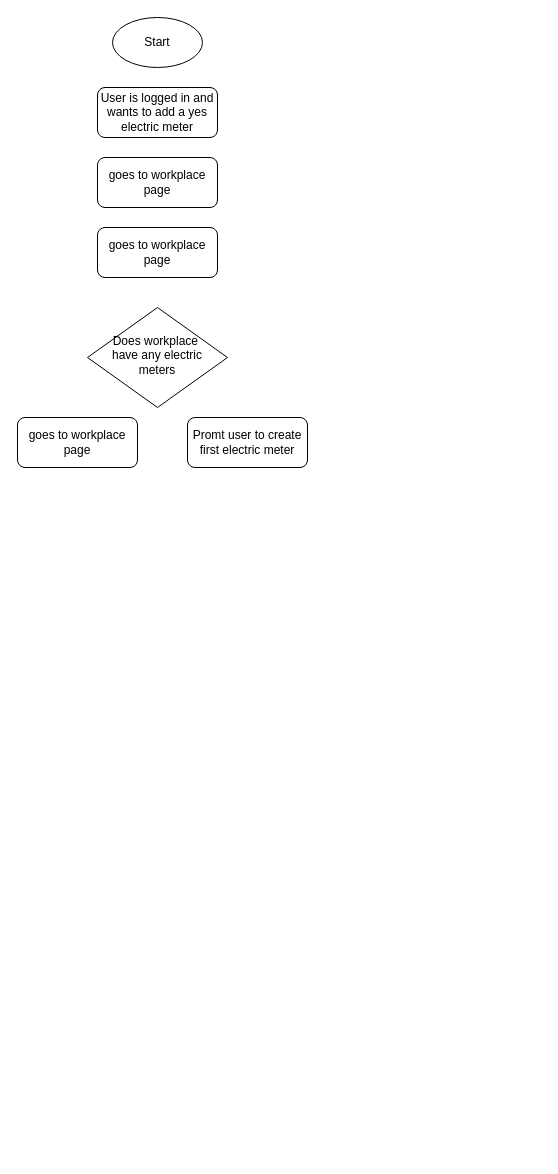
Above: documentation/Add_new_electric_meter.drawio in 100volts/100volts-desktop (draw.io), before the change. Source tidied: cells renumbered, new cells numbered last; positions are measured from the earlier drawing's top-left corner, leaving out a move shared by most shapes. Both pictures are drawn from the tidied source at 100%, with x=0, y=0 at pixel (17, 17).
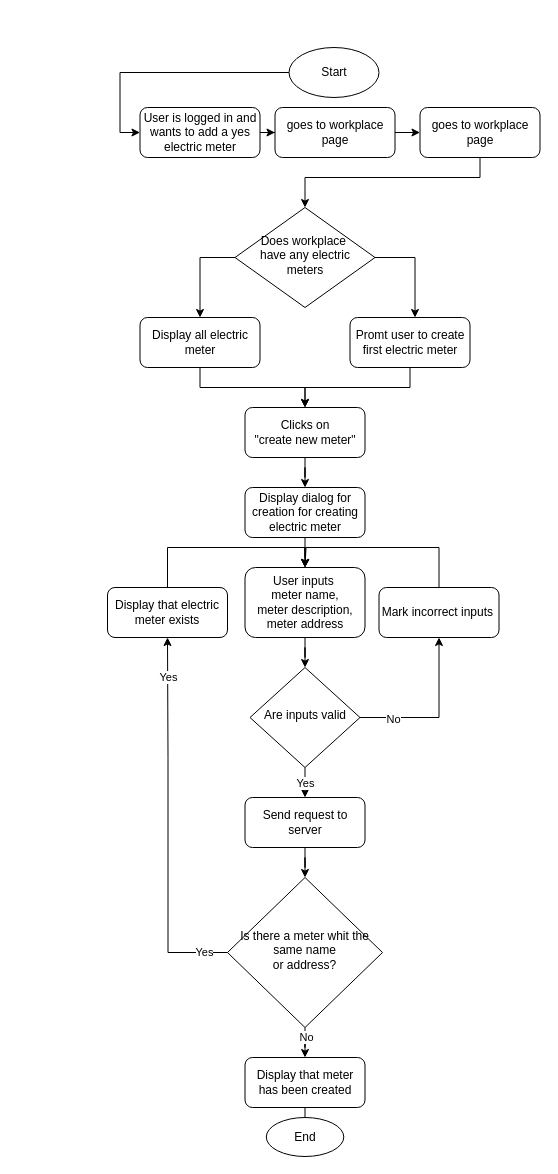
The same diagram, later.

Change to the diagram source:
```diff
@@
+    <mxCell id="9" style="edgeStyle=orthogonalEdgeStyle;rounded=0;jettySize=auto;html=1;entryX=0;entryY=0.5;entryDx=0;entryDy=0;" parent="1" edge="1" source="2" target="5">
+      <mxGeometry relative="1" as="geometry" />
+    </mxCell>
     <mxCell id="2" value="User is logged in and wants to add a yes electric meter" style="rounded=1;whiteSpace=wrap;html=1;fontSize=12;glass=0;strokeWidth=1;shadow=0;" parent="1" vertex="1">
-      <mxGeometry x="80" y="70" width="120" height="50" as="geometry" />
+      <mxGeometry x="122.5" y="90" width="120" height="50" as="geometry" />
     </mxCell>
+    <mxCell id="10" style="edgeStyle=orthogonalEdgeStyle;rounded=0;jettySize=auto;html=1;entryX=0.5;entryY=0;entryDx=0;entryDy=0;" parent="1" edge="1" source="3" target="8">
+      <mxGeometry relative="1" as="geometry">
+        <Array as="points">
+          <mxPoint x="182.5" y="240" />
+        </Array>
+      </mxGeometry>
+    </mxCell>
+    <mxCell id="11" style="edgeStyle=orthogonalEdgeStyle;rounded=0;jettySize=auto;html=1;" parent="1" edge="1" source="3" target="7">
+      <mxGeometry relative="1" as="geometry">
+        <Array as="points">
+          <mxPoint x="397.5" y="240" />
+        </Array>
+      </mxGeometry>
+    </mxCell>
     <mxCell id="3" value="Does workplace&amp;nbsp;&lt;div&gt;have any electric meters&lt;/div&gt;" style="rhombus;whiteSpace=wrap;html=1;shadow=0;fontFamily=Helvetica;fontSize=12;align=center;strokeWidth=1;spacing=6;spacingTop=-4;" parent="1" vertex="1">
-      <mxGeometry x="70" y="290" width="140" height="100" as="geometry" />
+      <mxGeometry x="217.5" y="190" width="140" height="100" as="geometry" />
     </mxCell>
+    <mxCell id="12" style="edgeStyle=orthogonalEdgeStyle;rounded=0;jettySize=auto;html=1;entryX=0;entryY=0.5;entryDx=0;entryDy=0;" parent="1" edge="1" source="4" target="2">
+      <mxGeometry relative="1" as="geometry" />
+    </mxCell>
     <mxCell id="4" value="Start" style="ellipse;whiteSpace=wrap;html=1;" parent="1" vertex="1">
-      <mxGeometry x="95" width="90" height="50" as="geometry" />
+      <mxGeometry x="271.5" y="30" width="90" height="50" as="geometry" />
     </mxCell>
+    <mxCell id="13" style="edgeStyle=orthogonalEdgeStyle;rounded=0;jettySize=auto;html=1;entryX=0;entryY=0.5;entryDx=0;entryDy=0;" parent="1" edge="1" source="5" target="6">
+      <mxGeometry relative="1" as="geometry" />
+    </mxCell>
     <mxCell id="5" value="goes to workplace page" style="rounded=1;whiteSpace=wrap;html=1;fontSize=12;glass=0;strokeWidth=1;shadow=0;" parent="1" vertex="1">
-      <mxGeometry x="80" y="140" width="120" height="50" as="geometry" />
+      <mxGeometry x="257.5" y="90" width="120" height="50" as="geometry" />
     </mxCell>
+    <mxCell id="14" style="edgeStyle=orthogonalEdgeStyle;rounded=0;jettySize=auto;html=1;entryX=0.5;entryY=0;entryDx=0;entryDy=0;" parent="1" edge="1" source="6" target="3">
+      <mxGeometry relative="1" as="geometry">
+        <Array as="points">
+          <mxPoint x="462.5" y="160" />
+          <mxPoint x="287.5" y="160" />
+        </Array>
+      </mxGeometry>
+    </mxCell>
     <mxCell id="6" value="goes to workplace page" style="rounded=1;whiteSpace=wrap;html=1;fontSize=12;glass=0;strokeWidth=1;shadow=0;" parent="1" vertex="1">
-      <mxGeometry x="80" y="210" width="120" height="50" as="geometry" />
+      <mxGeometry x="402.5" y="90" width="120" height="50" as="geometry" />
     </mxCell>
+    <mxCell id="15" style="edgeStyle=orthogonalEdgeStyle;rounded=0;jettySize=auto;html=1;" parent="1" edge="1" source="7" target="18">
+      <mxGeometry relative="1" as="geometry" />
+    </mxCell>
     <mxCell id="7" value="Promt user to create first electric meter" style="rounded=1;whiteSpace=wrap;html=1;fontSize=12;glass=0;strokeWidth=1;shadow=0;" parent="1" vertex="1">
-      <mxGeometry x="170" y="400" width="120" height="50" as="geometry" />
+      <mxGeometry x="332.5" y="300" width="120" height="50" as="geometry" />
     </mxCell>
+    <mxCell id="16" style="edgeStyle=orthogonalEdgeStyle;rounded=0;jettySize=auto;html=1;" parent="1" edge="1" source="8" target="18">
+      <mxGeometry relative="1" as="geometry" />
+    </mxCell>
-    <mxCell id="8" value="goes to workplace page" style="rounded=1;whiteSpace=wrap;html=1;fontSize=12;glass=0;strokeWidth=1;shadow=0;" parent="1" vertex="1">
-      <mxGeometry y="400" width="120" height="50" as="geometry" />
+    <mxCell id="8" value="Display all electric meter" style="rounded=1;whiteSpace=wrap;html=1;fontSize=12;glass=0;strokeWidth=1;shadow=0;" parent="1" vertex="1">
+      <mxGeometry x="122.5" y="300" width="120" height="50" as="geometry" />
     </mxCell>
+    <mxCell id="17" style="edgeStyle=orthogonalEdgeStyle;rounded=0;jettySize=auto;html=1;" parent="1" edge="1" source="18" target="20">
+      <mxGeometry relative="1" as="geometry" />
+    </mxCell>
+    <mxCell id="18" value="Clicks on&lt;div&gt;&quot;create new meter&quot;&lt;/div&gt;" style="rounded=1;whiteSpace=wrap;html=1;fontSize=12;glass=0;strokeWidth=1;shadow=0;" parent="1" vertex="1">
+      <mxGeometry x="227.5" y="390" width="120" height="50" as="geometry" />
+    </mxCell>
+    <mxCell id="19" style="edgeStyle=orthogonalEdgeStyle;rounded=0;jettySize=auto;html=1;" parent="1" edge="1" source="20" target="22">
+      <mxGeometry relative="1" as="geometry" />
+    </mxCell>
+    <mxCell id="20" value="Display dialog for creation for creating electric meter" style="rounded=1;whiteSpace=wrap;html=1;fontSize=12;glass=0;strokeWidth=1;shadow=0;" parent="1" vertex="1">
+      <mxGeometry x="227.5" y="470" width="120" height="50" as="geometry" />
+    </mxCell>
+    <mxCell id="21" style="edgeStyle=orthogonalEdgeStyle;rounded=0;jettySize=auto;html=1;" parent="1" edge="1" source="22" target="27">
+      <mxGeometry relative="1" as="geometry" />
+    </mxCell>
+    <mxCell id="22" value="User inputs&amp;nbsp;&lt;div&gt;meter name,&lt;/div&gt;&lt;div&gt;meter description,&lt;/div&gt;&lt;div&gt;meter address&lt;/div&gt;" style="rounded=1;whiteSpace=wrap;html=1;fontSize=12;glass=0;strokeWidth=1;shadow=0;" parent="1" vertex="1">
+      <mxGeometry x="227.5" y="550" width="120" height="70" as="geometry" />
+    </mxCell>
+    <mxCell id="23" style="edgeStyle=orthogonalEdgeStyle;rounded=0;jettySize=auto;html=1;entryX=0.5;entryY=1;entryDx=0;entryDy=0;" parent="1" edge="1" source="27" target="29">
+      <mxGeometry relative="1" as="geometry" />
+    </mxCell>
+    <mxCell id="24" value="No" style="edgeLabel;html=1;align=center;verticalAlign=middle;" parent="23" vertex="1">
+      <mxGeometry x="-0.58" y="-1" relative="1" as="geometry" />
+    </mxCell>
+    <mxCell id="25" style="edgeStyle=orthogonalEdgeStyle;rounded=0;jettySize=auto;html=1;" parent="1" edge="1" source="27" target="31">
+      <mxGeometry relative="1" as="geometry" />
+    </mxCell>
+    <mxCell id="26" value="Yes" style="edgeLabel;html=1;align=center;verticalAlign=middle;" parent="25" vertex="1">
+      <mxGeometry x="0.4" relative="1" as="geometry" />
+    </mxCell>
+    <mxCell id="27" value="Are inputs valid" style="rhombus;whiteSpace=wrap;html=1;shadow=0;fontFamily=Helvetica;fontSize=12;align=center;strokeWidth=1;spacing=6;spacingTop=-4;" parent="1" vertex="1">
+      <mxGeometry x="232.5" y="650" width="110" height="100" as="geometry" />
+    </mxCell>
+    <mxCell id="28" style="edgeStyle=orthogonalEdgeStyle;rounded=0;jettySize=auto;html=1;entryX=0.5;entryY=0;entryDx=0;entryDy=0;" parent="1" edge="1" source="29" target="22">
+      <mxGeometry relative="1" as="geometry">
+        <Array as="points">
+          <mxPoint x="421.5" y="530" />
+          <mxPoint x="288.5" y="530" />
+        </Array>
+      </mxGeometry>
+    </mxCell>
+    <mxCell id="29" value="Mark incorrect&amp;nbsp;inputs&amp;nbsp;" style="rounded=1;whiteSpace=wrap;html=1;fontSize=12;glass=0;strokeWidth=1;shadow=0;" parent="1" vertex="1">
+      <mxGeometry x="361.5" y="570" width="120" height="50" as="geometry" />
+    </mxCell>
+    <mxCell id="30" style="edgeStyle=orthogonalEdgeStyle;rounded=0;jettySize=auto;html=1;entryX=0.5;entryY=0;entryDx=0;entryDy=0;" parent="1" edge="1" source="31" target="37">
+      <mxGeometry relative="1" as="geometry" />
+    </mxCell>
+    <mxCell id="31" value="Send request to server" style="rounded=1;whiteSpace=wrap;html=1;fontSize=12;glass=0;strokeWidth=1;shadow=0;" parent="1" vertex="1">
+      <mxGeometry x="227.5" y="780" width="120" height="50" as="geometry" />
+    </mxCell>
+    <mxCell id="32" style="edgeStyle=orthogonalEdgeStyle;rounded=0;jettySize=auto;html=1;entryX=0.5;entryY=1;entryDx=0;entryDy=0;" parent="1" edge="1" source="37" target="39">
+      <mxGeometry relative="1" as="geometry">
+        <Array as="points">
+          <mxPoint x="150.5" y="935" />
+          <mxPoint x="150.5" y="740" />
+        </Array>
+      </mxGeometry>
+    </mxCell>
+    <mxCell id="33" value="Yes" style="edgeLabel;html=1;align=center;verticalAlign=middle;" parent="32" vertex="1">
+      <mxGeometry x="0.37" y="-1" relative="1" as="geometry">
+        <mxPoint x="-1" y="-78" as="offset" />
+      </mxGeometry>
+    </mxCell>
+    <mxCell id="34" value="Yes" style="edgeLabel;html=1;align=center;verticalAlign=middle;" parent="32" vertex="1">
+      <mxGeometry x="-0.87" y="-1" relative="1" as="geometry" />
+    </mxCell>
+    <mxCell id="35" style="edgeStyle=orthogonalEdgeStyle;rounded=0;jettySize=auto;html=1;entryX=0.5;entryY=0;entryDx=0;entryDy=0;" parent="1" edge="1" source="37" target="41">
+      <mxGeometry relative="1" as="geometry" />
+    </mxCell>
+    <mxCell id="36" value="No" style="edgeLabel;html=1;align=center;verticalAlign=middle;" parent="35" vertex="1">
+      <mxGeometry x="-0.64" y="1" relative="1" as="geometry" />
+    </mxCell>
+    <mxCell id="37" value="Is there а meter whit the same name&lt;div&gt;or address?&lt;/div&gt;" style="rhombus;whiteSpace=wrap;html=1;shadow=0;fontFamily=Helvetica;fontSize=12;align=center;strokeWidth=1;spacing=6;spacingTop=-4;" parent="1" vertex="1">
+      <mxGeometry x="210" y="860" width="155" height="150" as="geometry" />
+    </mxCell>
+    <mxCell id="38" style="edgeStyle=orthogonalEdgeStyle;rounded=0;jettySize=auto;html=1;entryX=0.5;entryY=0;entryDx=0;entryDy=0;" parent="1" edge="1" source="39" target="22">
+      <mxGeometry relative="1" as="geometry">
+        <Array as="points">
+          <mxPoint x="150.5" y="530" />
+          <mxPoint x="287.5" y="530" />
+        </Array>
+      </mxGeometry>
+    </mxCell>
+    <mxCell id="39" value="Display that electric meter exists" style="rounded=1;whiteSpace=wrap;html=1;fontSize=12;glass=0;strokeWidth=1;shadow=0;" parent="1" vertex="1">
+      <mxGeometry x="90" y="570" width="120" height="50" as="geometry" />
+    </mxCell>
+    <mxCell id="40" style="edgeStyle=orthogonalEdgeStyle;rounded=0;jettySize=auto;html=1;" parent="1" edge="1" source="41" target="42">
+      <mxGeometry relative="1" as="geometry" />
+    </mxCell>
+    <mxCell id="41" value="Display that meter has been created" style="rounded=1;whiteSpace=wrap;html=1;fontSize=12;glass=0;strokeWidth=1;shadow=0;" parent="1" vertex="1">
+      <mxGeometry x="227.5" y="1040" width="120" height="50" as="geometry" />
+    </mxCell>
+    <mxCell id="42" value="End" style="ellipse;whiteSpace=wrap;html=1;" parent="1" vertex="1">
+      <mxGeometry x="248.8" y="1100" width="77.5" height="39" as="geometry" />
+    </mxCell>
```
